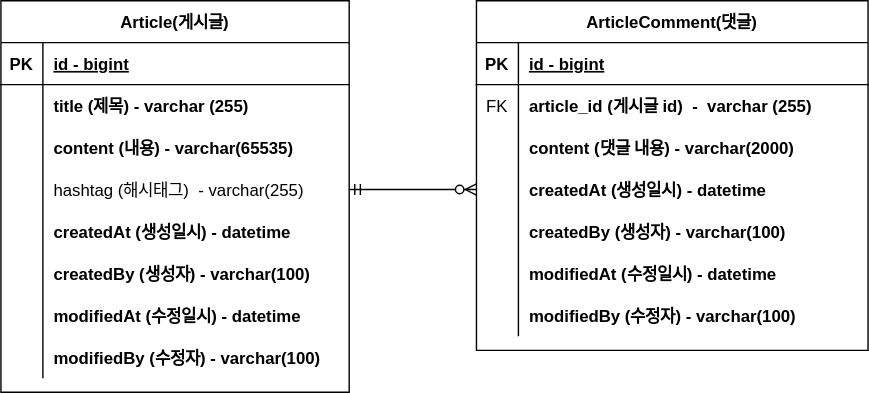
This is document/project-board-erd.svg from jyc-coder/bulletin-board, a draw.io export, as it was before one commit. Source tidied: cells renumbered, new cells last; positions are measured from the earlier drawing's top-left corner, leaving out a move shared by most shapes. The source it was exported from:
```xml
<mxGraphModel>
  <root>
    <mxCell id="0" />
    <mxCell id="1" parent="0" />
    <mxCell id="2" value="ArticleComment(댓글)" style="shape=table;startSize=30;rowLines=0;fontStyle=1;align=center;" parent="1" vertex="1">
      <mxGeometry x="340" width="280" height="250" as="geometry" />
    </mxCell>
    <mxCell id="3" style="shape=tableRow;horizontal=0;startSize=0;swimlaneHead=0;swimlaneBody=0;fillColor=none;top=0;left=0;right=0;bottom=1;" parent="2" vertex="1">
      <mxGeometry y="30" width="280" height="30" as="geometry" />
    </mxCell>
    <mxCell id="4" value="PK" style="shape=partialRectangle;fillColor=none;top=0;left=0;bottom=0;right=0;fontStyle=1;overflow=hidden;" parent="3" vertex="1">
      <mxGeometry width="30" height="30" as="geometry" />
    </mxCell>
    <mxCell id="5" value="id - bigint" style="shape=partialRectangle;fillColor=none;top=0;left=0;bottom=0;right=0;align=left;spacingLeft=6;fontStyle=5;overflow=hidden;" parent="3" vertex="1">
      <mxGeometry x="30" width="250" height="30" as="geometry" />
    </mxCell>
    <mxCell id="6" style="shape=tableRow;horizontal=0;startSize=0;swimlaneHead=0;swimlaneBody=0;fillColor=none;top=0;left=0;right=0;bottom=0;" parent="2" vertex="1">
      <mxGeometry y="60" width="280" height="30" as="geometry" />
    </mxCell>
    <mxCell id="7" value="FK" style="shape=partialRectangle;fillColor=none;top=0;left=0;bottom=0;right=0;overflow=hidden;" parent="6" vertex="1">
      <mxGeometry width="30" height="30" as="geometry" />
    </mxCell>
    <mxCell id="8" value="article_id (게시글 id)  -  varchar (255)" style="shape=partialRectangle;fillColor=none;top=0;left=0;bottom=0;right=0;align=left;spacingLeft=6;overflow=hidden;fontStyle=1;" parent="6" vertex="1">
      <mxGeometry x="30" width="250" height="30" as="geometry" />
    </mxCell>
    <mxCell id="9" style="shape=tableRow;horizontal=0;startSize=0;swimlaneHead=0;swimlaneBody=0;fillColor=none;top=0;left=0;right=0;bottom=0;" parent="2" vertex="1">
      <mxGeometry y="90" width="280" height="30" as="geometry" />
    </mxCell>
    <mxCell id="10" style="shape=partialRectangle;fillColor=none;top=0;left=0;bottom=0;right=0;overflow=hidden;" parent="9" vertex="1">
      <mxGeometry width="30" height="30" as="geometry" />
    </mxCell>
    <mxCell id="11" value="content (댓글 내용) - varchar(2000)" style="shape=partialRectangle;fillColor=none;top=0;left=0;bottom=0;right=0;align=left;spacingLeft=6;overflow=hidden;fontStyle=1;" parent="9" vertex="1">
      <mxGeometry x="30" width="250" height="30" as="geometry" />
    </mxCell>
    <mxCell id="12" style="shape=tableRow;horizontal=0;startSize=0;swimlaneHead=0;swimlaneBody=0;fillColor=none;points=[[0,0.5],[1,0.5]];portConstraint=eastwest;top=0;left=0;right=0;bottom=0;" parent="2" vertex="1">
      <mxGeometry y="120" width="280" height="30" as="geometry" />
    </mxCell>
    <mxCell id="13" style="shape=partialRectangle;fillColor=none;top=0;left=0;bottom=0;right=0;overflow=hidden;" parent="12" vertex="1">
      <mxGeometry width="30" height="30" as="geometry" />
    </mxCell>
    <mxCell id="14" value="createdAt (생성일시) - datetime" style="shape=partialRectangle;fillColor=none;top=0;left=0;bottom=0;right=0;align=left;spacingLeft=6;overflow=hidden;fontStyle=1;" parent="12" vertex="1">
      <mxGeometry x="30" width="250" height="30" as="geometry" />
    </mxCell>
    <mxCell id="15" style="shape=tableRow;horizontal=0;startSize=0;swimlaneHead=0;swimlaneBody=0;fillColor=none;top=0;left=0;right=0;bottom=0;" parent="2" vertex="1">
      <mxGeometry y="150" width="280" height="30" as="geometry" />
    </mxCell>
    <mxCell id="16" style="shape=partialRectangle;fillColor=none;top=0;left=0;bottom=0;right=0;overflow=hidden;" parent="15" vertex="1">
      <mxGeometry width="30" height="30" as="geometry" />
    </mxCell>
    <mxCell id="17" value="createdBy (생성자) - varchar(100)" style="shape=partialRectangle;fillColor=none;top=0;left=0;bottom=0;right=0;align=left;spacingLeft=6;overflow=hidden;fontStyle=1;" parent="15" vertex="1">
      <mxGeometry x="30" width="250" height="30" as="geometry" />
    </mxCell>
    <mxCell id="18" style="shape=tableRow;horizontal=0;startSize=0;swimlaneHead=0;swimlaneBody=0;fillColor=none;top=0;left=0;right=0;bottom=0;" parent="2" vertex="1">
      <mxGeometry y="180" width="280" height="30" as="geometry" />
    </mxCell>
    <mxCell id="19" style="shape=partialRectangle;fillColor=none;top=0;left=0;bottom=0;right=0;overflow=hidden;" parent="18" vertex="1">
      <mxGeometry width="30" height="30" as="geometry" />
    </mxCell>
    <mxCell id="20" value="modifiedAt (수정일시) - datetime" style="shape=partialRectangle;fillColor=none;top=0;left=0;bottom=0;right=0;align=left;spacingLeft=6;overflow=hidden;fontStyle=1;" parent="18" vertex="1">
      <mxGeometry x="30" width="250" height="30" as="geometry" />
    </mxCell>
    <mxCell id="21" style="shape=tableRow;horizontal=0;startSize=0;swimlaneHead=0;swimlaneBody=0;fillColor=none;top=0;left=0;right=0;bottom=0;" parent="2" vertex="1">
      <mxGeometry y="210" width="280" height="30" as="geometry" />
    </mxCell>
    <mxCell id="22" style="shape=partialRectangle;fillColor=none;top=0;left=0;bottom=0;right=0;overflow=hidden;" parent="21" vertex="1">
      <mxGeometry width="30" height="30" as="geometry" />
    </mxCell>
    <mxCell id="23" value="modifiedBy (수정자) - varchar(100)" style="shape=partialRectangle;fillColor=none;top=0;left=0;bottom=0;right=0;align=left;spacingLeft=6;overflow=hidden;fontStyle=1;" parent="21" vertex="1">
      <mxGeometry x="30" width="250" height="30" as="geometry" />
    </mxCell>
    <mxCell id="24" value="Article(게시글)" style="shape=table;startSize=30;rowLines=0;fontStyle=1;align=center;" parent="1" vertex="1">
      <mxGeometry width="249" height="280" as="geometry" />
    </mxCell>
    <mxCell id="25" style="shape=tableRow;horizontal=0;startSize=0;swimlaneHead=0;swimlaneBody=0;fillColor=none;top=0;left=0;right=0;bottom=1;" parent="24" vertex="1">
      <mxGeometry y="30" width="249" height="30" as="geometry" />
    </mxCell>
    <mxCell id="26" value="PK" style="shape=partialRectangle;fillColor=none;top=0;left=0;bottom=0;right=0;fontStyle=1;overflow=hidden;" parent="25" vertex="1">
      <mxGeometry width="30" height="30" as="geometry" />
    </mxCell>
    <mxCell id="27" value="id - bigint" style="shape=partialRectangle;fillColor=none;top=0;left=0;bottom=0;right=0;align=left;spacingLeft=6;fontStyle=5;overflow=hidden;" parent="25" vertex="1">
      <mxGeometry x="30" width="219" height="30" as="geometry" />
    </mxCell>
    <mxCell id="28" style="shape=tableRow;horizontal=0;startSize=0;swimlaneHead=0;swimlaneBody=0;fillColor=none;top=0;left=0;right=0;bottom=0;" parent="24" vertex="1">
      <mxGeometry y="60" width="249" height="30" as="geometry" />
    </mxCell>
    <mxCell id="29" style="shape=partialRectangle;fillColor=none;top=0;left=0;bottom=0;right=0;overflow=hidden;" parent="28" vertex="1">
      <mxGeometry width="30" height="30" as="geometry" />
    </mxCell>
    <mxCell id="30" value="title (제목) - varchar (255)" style="shape=partialRectangle;fillColor=none;top=0;left=0;bottom=0;right=0;align=left;spacingLeft=6;overflow=hidden;fontStyle=1;" parent="28" vertex="1">
      <mxGeometry x="30" width="219" height="30" as="geometry" />
    </mxCell>
    <mxCell id="31" style="shape=tableRow;horizontal=0;startSize=0;swimlaneHead=0;swimlaneBody=0;fillColor=none;top=0;left=0;right=0;bottom=0;" parent="24" vertex="1">
      <mxGeometry y="90" width="249" height="30" as="geometry" />
    </mxCell>
    <mxCell id="32" style="shape=partialRectangle;fillColor=none;top=0;left=0;bottom=0;right=0;overflow=hidden;" parent="31" vertex="1">
      <mxGeometry width="30" height="30" as="geometry" />
    </mxCell>
    <mxCell id="33" value="content (내용) - varchar(65535)" style="shape=partialRectangle;fillColor=none;top=0;left=0;bottom=0;right=0;align=left;spacingLeft=6;overflow=hidden;fontStyle=1;" parent="31" vertex="1">
      <mxGeometry x="30" width="219" height="30" as="geometry" />
    </mxCell>
    <mxCell id="34" style="shape=tableRow;horizontal=0;startSize=0;swimlaneHead=0;swimlaneBody=0;fillColor=none;points=[[0,0.5],[1,0.5]];portConstraint=eastwest;top=0;left=0;right=0;bottom=0;" parent="24" vertex="1">
      <mxGeometry y="120" width="249" height="30" as="geometry" />
    </mxCell>
    <mxCell id="35" style="shape=partialRectangle;fillColor=none;top=0;left=0;bottom=0;right=0;overflow=hidden;" parent="34" vertex="1">
      <mxGeometry width="30" height="30" as="geometry" />
    </mxCell>
    <mxCell id="36" value="hashtag (해시태그)  - varchar(255)" style="shape=partialRectangle;fillColor=none;top=0;left=0;bottom=0;right=0;align=left;spacingLeft=6;overflow=hidden;" parent="34" vertex="1">
      <mxGeometry x="30" width="219" height="30" as="geometry" />
    </mxCell>
    <mxCell id="37" style="shape=tableRow;horizontal=0;startSize=0;swimlaneHead=0;swimlaneBody=0;fillColor=none;top=0;left=0;right=0;bottom=0;" parent="24" vertex="1">
      <mxGeometry y="150" width="249" height="30" as="geometry" />
    </mxCell>
    <mxCell id="38" style="shape=partialRectangle;fillColor=none;top=0;left=0;bottom=0;right=0;overflow=hidden;" parent="37" vertex="1">
      <mxGeometry width="30" height="30" as="geometry" />
    </mxCell>
    <mxCell id="39" value="createdAt (생성일시) - datetime" style="shape=partialRectangle;fillColor=none;top=0;left=0;bottom=0;right=0;align=left;spacingLeft=6;overflow=hidden;fontStyle=1;" parent="37" vertex="1">
      <mxGeometry x="30" width="219" height="30" as="geometry" />
    </mxCell>
    <mxCell id="40" style="shape=tableRow;horizontal=0;startSize=0;swimlaneHead=0;swimlaneBody=0;fillColor=none;top=0;left=0;right=0;bottom=0;" parent="24" vertex="1">
      <mxGeometry y="180" width="249" height="30" as="geometry" />
    </mxCell>
    <mxCell id="41" style="shape=partialRectangle;fillColor=none;top=0;left=0;bottom=0;right=0;overflow=hidden;" parent="40" vertex="1">
      <mxGeometry width="30" height="30" as="geometry" />
    </mxCell>
    <mxCell id="42" value="createdBy (생성자) - varchar(100)" style="shape=partialRectangle;fillColor=none;top=0;left=0;bottom=0;right=0;align=left;spacingLeft=6;overflow=hidden;fontStyle=1;" parent="40" vertex="1">
      <mxGeometry x="30" width="219" height="30" as="geometry" />
    </mxCell>
    <mxCell id="43" style="shape=tableRow;horizontal=0;startSize=0;swimlaneHead=0;swimlaneBody=0;fillColor=none;top=0;left=0;right=0;bottom=0;" parent="24" vertex="1">
      <mxGeometry y="210" width="249" height="30" as="geometry" />
    </mxCell>
    <mxCell id="44" style="shape=partialRectangle;fillColor=none;top=0;left=0;bottom=0;right=0;overflow=hidden;" parent="43" vertex="1">
      <mxGeometry width="30" height="30" as="geometry" />
    </mxCell>
    <mxCell id="45" value="modifiedAt (수정일시) - datetime" style="shape=partialRectangle;fillColor=none;top=0;left=0;bottom=0;right=0;align=left;spacingLeft=6;overflow=hidden;fontStyle=1;" parent="43" vertex="1">
      <mxGeometry x="30" width="219" height="30" as="geometry" />
    </mxCell>
    <mxCell id="46" style="shape=tableRow;horizontal=0;startSize=0;swimlaneHead=0;swimlaneBody=0;fillColor=none;top=0;left=0;right=0;bottom=0;" parent="24" vertex="1">
      <mxGeometry y="240" width="249" height="30" as="geometry" />
    </mxCell>
    <mxCell id="47" style="shape=partialRectangle;fillColor=none;top=0;left=0;bottom=0;right=0;overflow=hidden;" parent="46" vertex="1">
      <mxGeometry width="30" height="30" as="geometry" />
    </mxCell>
    <mxCell id="48" value="modifiedBy (수정자) - varchar(100)" style="shape=partialRectangle;fillColor=none;top=0;left=0;bottom=0;right=0;align=left;spacingLeft=6;overflow=hidden;fontStyle=1;" parent="46" vertex="1">
      <mxGeometry x="30" width="219" height="30" as="geometry" />
    </mxCell>
    <mxCell id="49" style="edgeStyle=entityRelationEdgeStyle;fontSize=12;html=1;endArrow=ERzeroToMany;startArrow=ERmandOne;rounded=0;exitX=1;exitY=0.5;exitDx=0;exitDy=0;entryX=0;entryY=0.5;entryDx=0;entryDy=0;" parent="1" edge="1" source="34" target="12">
      <mxGeometry relative="1" as="geometry" />
    </mxCell>
  </root>
</mxGraphModel>
```
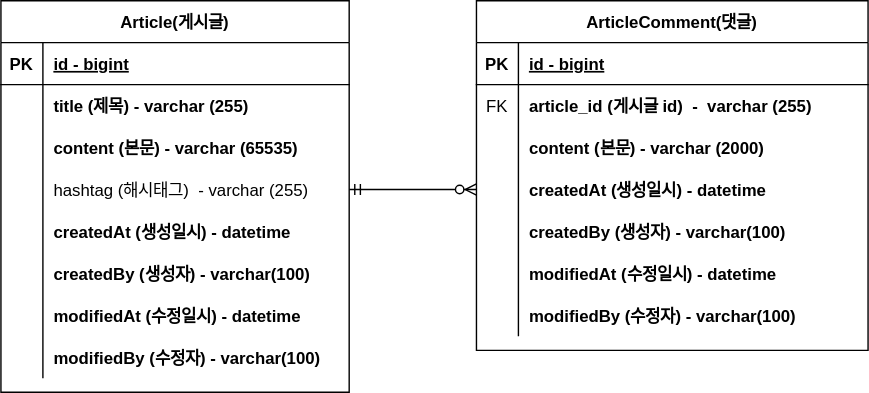
The same file after the commit.

Commit message:
#9 - ERD 주석 업데이트 project-board-erd.svg

Diff of the diagram source:
```diff
@@ -29,7 +29,7 @@
     <mxCell id="10" style="shape=partialRectangle;fillColor=none;top=0;left=0;bottom=0;right=0;overflow=hidden;" parent="9" vertex="1">
       <mxGeometry width="30" height="30" as="geometry" />
     </mxCell>
-    <mxCell id="11" value="content (댓글 내용) - varchar(2000)" style="shape=partialRectangle;fillColor=none;top=0;left=0;bottom=0;right=0;align=left;spacingLeft=6;overflow=hidden;fontStyle=1;" parent="9" vertex="1">
+    <mxCell id="11" value="content (본문) - varchar (2000)" style="shape=partialRectangle;fillColor=none;top=0;left=0;bottom=0;right=0;align=left;spacingLeft=6;overflow=hidden;fontStyle=1;" parent="9" vertex="1">
       <mxGeometry x="30" width="250" height="30" as="geometry" />
     </mxCell>
     <mxCell id="12" style="shape=tableRow;horizontal=0;startSize=0;swimlaneHead=0;swimlaneBody=0;fillColor=none;points=[[0,0.5],[1,0.5]];portConstraint=eastwest;top=0;left=0;right=0;bottom=0;" parent="2" vertex="1">
@@ -95,7 +95,7 @@
     <mxCell id="32" style="shape=partialRectangle;fillColor=none;top=0;left=0;bottom=0;right=0;overflow=hidden;" parent="31" vertex="1">
       <mxGeometry width="30" height="30" as="geometry" />
     </mxCell>
-    <mxCell id="33" value="content (내용) - varchar(65535)" style="shape=partialRectangle;fillColor=none;top=0;left=0;bottom=0;right=0;align=left;spacingLeft=6;overflow=hidden;fontStyle=1;" parent="31" vertex="1">
+    <mxCell id="33" value="content (본문) - varchar (65535)" style="shape=partialRectangle;fillColor=none;top=0;left=0;bottom=0;right=0;align=left;spacingLeft=6;overflow=hidden;fontStyle=1;" parent="31" vertex="1">
       <mxGeometry x="30" width="219" height="30" as="geometry" />
     </mxCell>
     <mxCell id="34" style="shape=tableRow;horizontal=0;startSize=0;swimlaneHead=0;swimlaneBody=0;fillColor=none;points=[[0,0.5],[1,0.5]];portConstraint=eastwest;top=0;left=0;right=0;bottom=0;" parent="24" vertex="1">
@@ -104,7 +104,7 @@
     <mxCell id="35" style="shape=partialRectangle;fillColor=none;top=0;left=0;bottom=0;right=0;overflow=hidden;" parent="34" vertex="1">
       <mxGeometry width="30" height="30" as="geometry" />
     </mxCell>
-    <mxCell id="36" value="hashtag (해시태그)  - varchar(255)" style="shape=partialRectangle;fillColor=none;top=0;left=0;bottom=0;right=0;align=left;spacingLeft=6;overflow=hidden;" parent="34" vertex="1">
+    <mxCell id="36" value="hashtag (해시태그)  - varchar (255)" style="shape=partialRectangle;fillColor=none;top=0;left=0;bottom=0;right=0;align=left;spacingLeft=6;overflow=hidden;" parent="34" vertex="1">
       <mxGeometry x="30" width="219" height="30" as="geometry" />
     </mxCell>
     <mxCell id="37" style="shape=tableRow;horizontal=0;startSize=0;swimlaneHead=0;swimlaneBody=0;fillColor=none;top=0;left=0;right=0;bottom=0;" parent="24" vertex="1">
```
